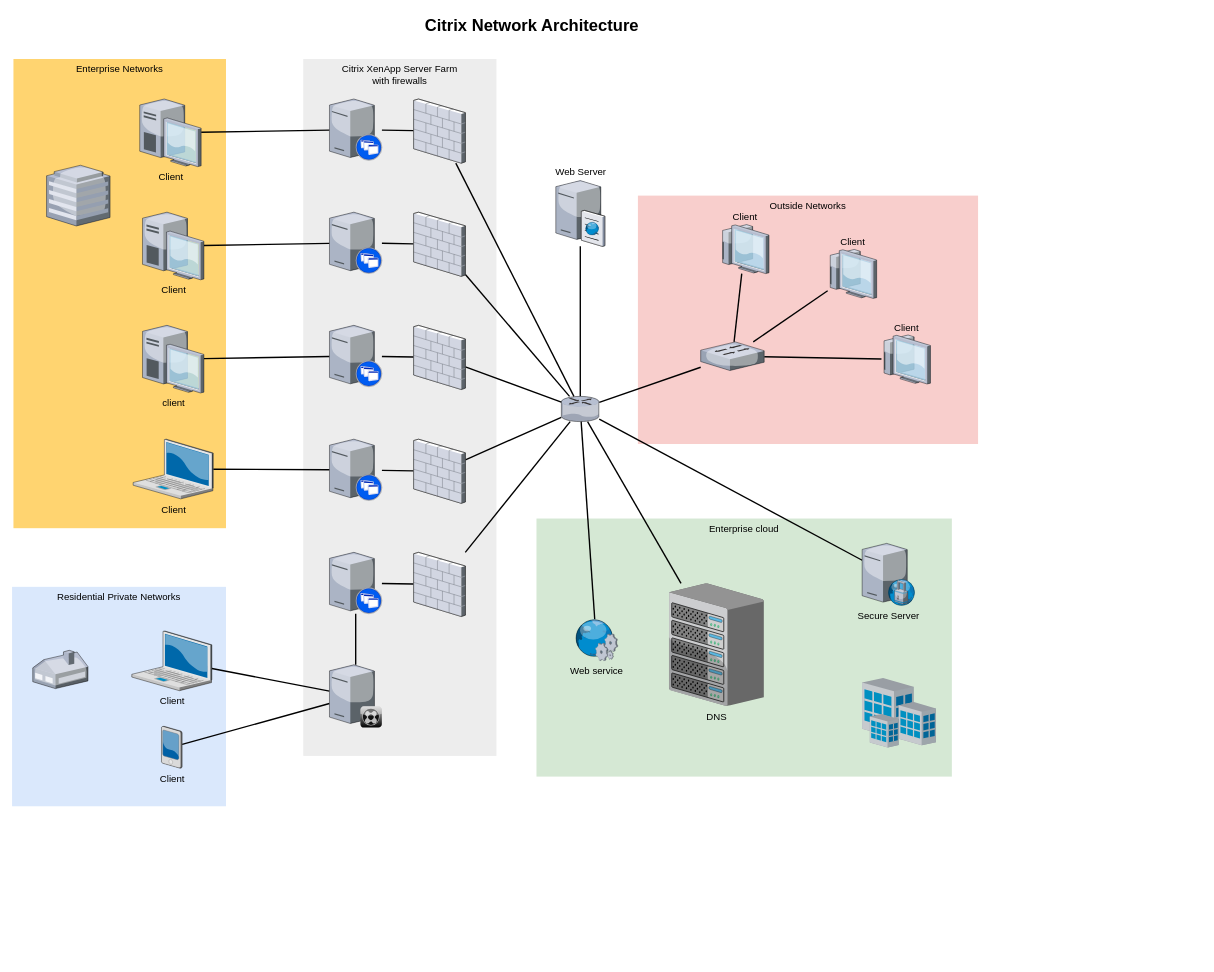
Above: Untitled Diagram.drawio in TheBoatyMcBoatFace/Awesome-Links (draw.io), before the change. Source tidied: cells renumbered, new cells numbered last; positions are measured from the earlier drawing's top-left corner, leaving out a move shared by most shapes. Both pictures are drawn from the tidied source at 69%, with x=0, y=0 at pixel (12, 12).
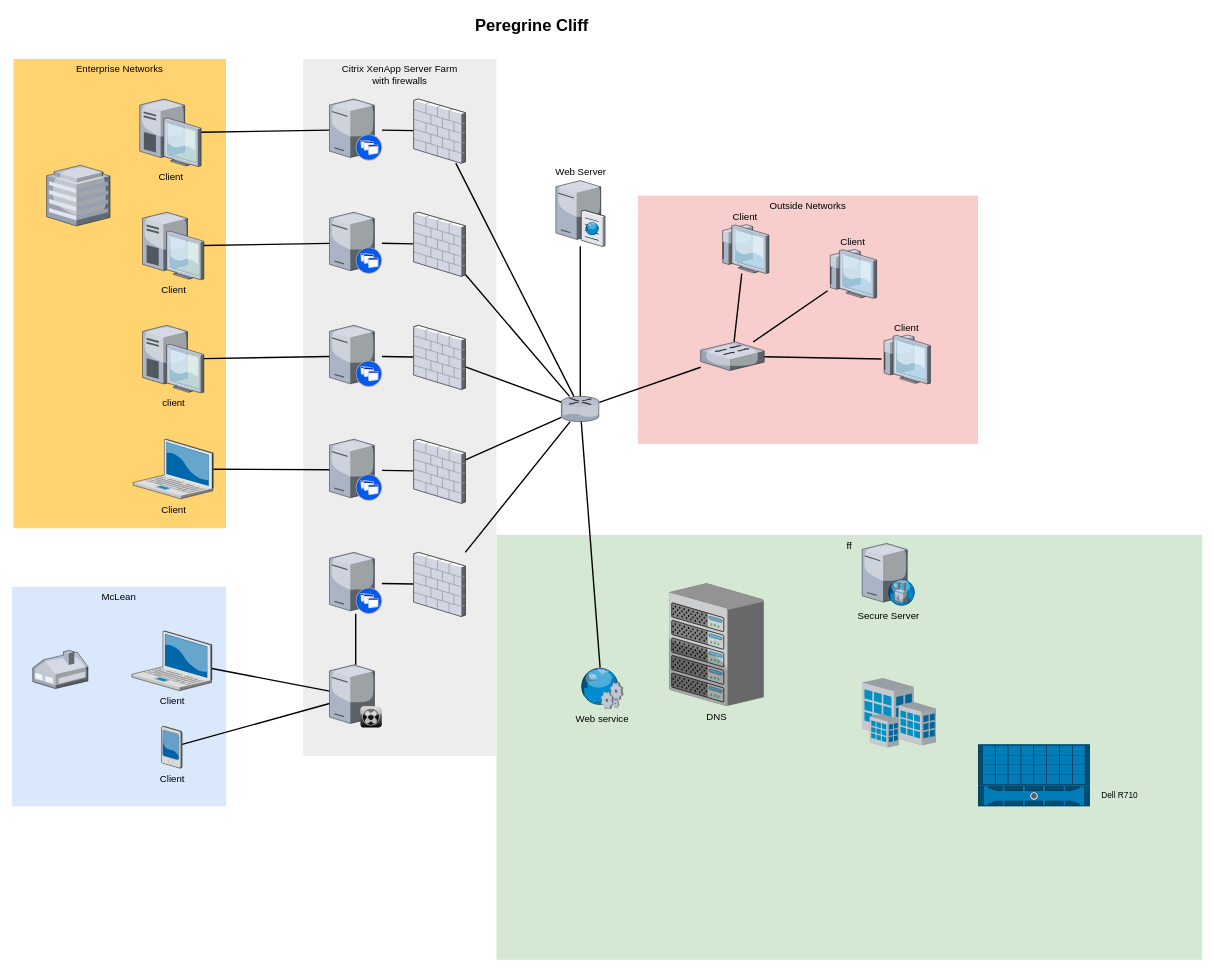
Above is the later version.

The change refers to these unchanged cells:
```xml
<mxCell id="33" style="verticalLabelPosition=bottom;html=1;verticalAlign=top;strokeColor=none;shape=mxgraph.citrix.router;fillColor=#66B2FF;gradientColor=#0066CC;fontSize=14;" parent="1" vertex="1">
  <mxGeometry x="796" y="557" width="55" height="36.5" as="geometry" />
</mxCell>
<mxCell id="37" value="DNS" style="verticalLabelPosition=bottom;html=1;verticalAlign=top;strokeColor=none;shape=mxgraph.citrix.chassis;fillColor=#66B2FF;gradientColor=#0066CC;fontSize=14;" parent="1" vertex="1">
  <mxGeometry x="952" y="828" width="137.5" height="177.5" as="geometry" />
</mxCell>
<mxCell id="50" value="Secure Server" style="verticalLabelPosition=bottom;html=1;verticalAlign=top;strokeColor=none;shape=mxgraph.citrix.proxy_server;fillColor=#66B2FF;gradientColor=#0066CC;fontSize=14;" parent="1" vertex="1">
  <mxGeometry x="1232" y="770" width="76.5" height="90" as="geometry" />
</mxCell>
```

Change to the diagram source:
```diff
@@
-    <mxCell id="3" value="Enterprise cloud" style="whiteSpace=wrap;html=1;fillColor=#d5e8d4;fontSize=14;strokeColor=none;verticalAlign=top;" parent="1" vertex="1">
-      <mxGeometry x="760" y="734" width="602" height="374" as="geometry" />
+    <mxCell id="3" value="&lt;div&gt;ff&lt;/div&gt;&lt;div&gt;&lt;br&gt;&lt;/div&gt;" style="whiteSpace=wrap;html=1;fillColor=#d5e8d4;fontSize=14;strokeColor=none;verticalAlign=top;" parent="1" vertex="1">
+      <mxGeometry x="702" y="757.5" width="1023" height="616" as="geometry" />
     </mxCell>
@@
-    <mxCell id="5" value="Residential Private Networks" style="whiteSpace=wrap;html=1;fillColor=#dae8fc;fontSize=14;strokeColor=none;verticalAlign=top;" parent="1" vertex="1">
+    <mxCell id="5" value="McLean" style="whiteSpace=wrap;html=1;fillColor=#dae8fc;fontSize=14;strokeColor=none;verticalAlign=top;" parent="1" vertex="1">
       <mxGeometry y="833" width="310" height="318" as="geometry" />
     </mxCell>
@@
-    <mxCell id="29" style="edgeStyle=none;rounded=0;html=1;startSize=10;endSize=10;jettySize=auto;fontSize=14;endArrow=none;endFill=0;strokeWidth=2;" parent="1" edge="1" source="33" target="37">
-      <mxGeometry relative="1" as="geometry" />
-    </mxCell>
@@
-    <mxCell id="32" style="edgeStyle=none;rounded=0;html=1;startSize=10;endSize=10;jettySize=auto;fontSize=14;endArrow=none;endFill=0;strokeWidth=2;" parent="1" edge="1" source="33" target="50">
-      <mxGeometry relative="1" as="geometry" />
-    </mxCell>
@@
     <mxCell id="59" value="Web service" style="verticalLabelPosition=bottom;html=1;verticalAlign=top;strokeColor=none;shape=mxgraph.citrix.web_service;fillColor=#66B2FF;gradientColor=#0066CC;fontSize=14;" parent="1" vertex="1">
-      <mxGeometry x="815" y="880" width="63" height="60" as="geometry" />
+      <mxGeometry x="823" y="950" width="63" height="60" as="geometry" />
     </mxCell>
@@
-    <mxCell id="61" value="Citrix Network Architecture" style="text;strokeColor=none;fillColor=none;html=1;fontSize=24;fontStyle=1;verticalAlign=middle;align=center;" parent="1" vertex="1">
+    <mxCell id="61" value="Peregrine Cliff" style="text;strokeColor=none;fillColor=none;html=1;fontSize=24;fontStyle=1;verticalAlign=middle;align=center;" parent="1" vertex="1">
       <mxGeometry x="322" width="861" height="40" as="geometry" />
     </mxCell>
+    <mxCell id="62" value="&lt;font color=&quot;#000000&quot;&gt;Dell R710&lt;/font&gt;" style="html=1;labelPosition=right;align=left;spacingLeft=15;shadow=0;dashed=0;shape=mxgraph.rack.dell.dell_poweredge_2u;fontColor=#ffffff;fillColor=#007DB8;" parent="1" vertex="1">
+      <mxGeometry x="1400" y="1121" width="162" height="30" as="geometry" />
+    </mxCell>
+    <mxCell id="63" style="strokeColor=#666666;html=1;labelPosition=right;align=left;spacingLeft=15;shadow=0;dashed=0;shape=mxgraph.rack.dell.poweredge_m1000e_enclosure;fillColor=#007DB8;gradientColor=none;" parent="1" vertex="1">
+      <mxGeometry x="1400" y="1061" width="162" height="60" as="geometry" />
+    </mxCell>
```
